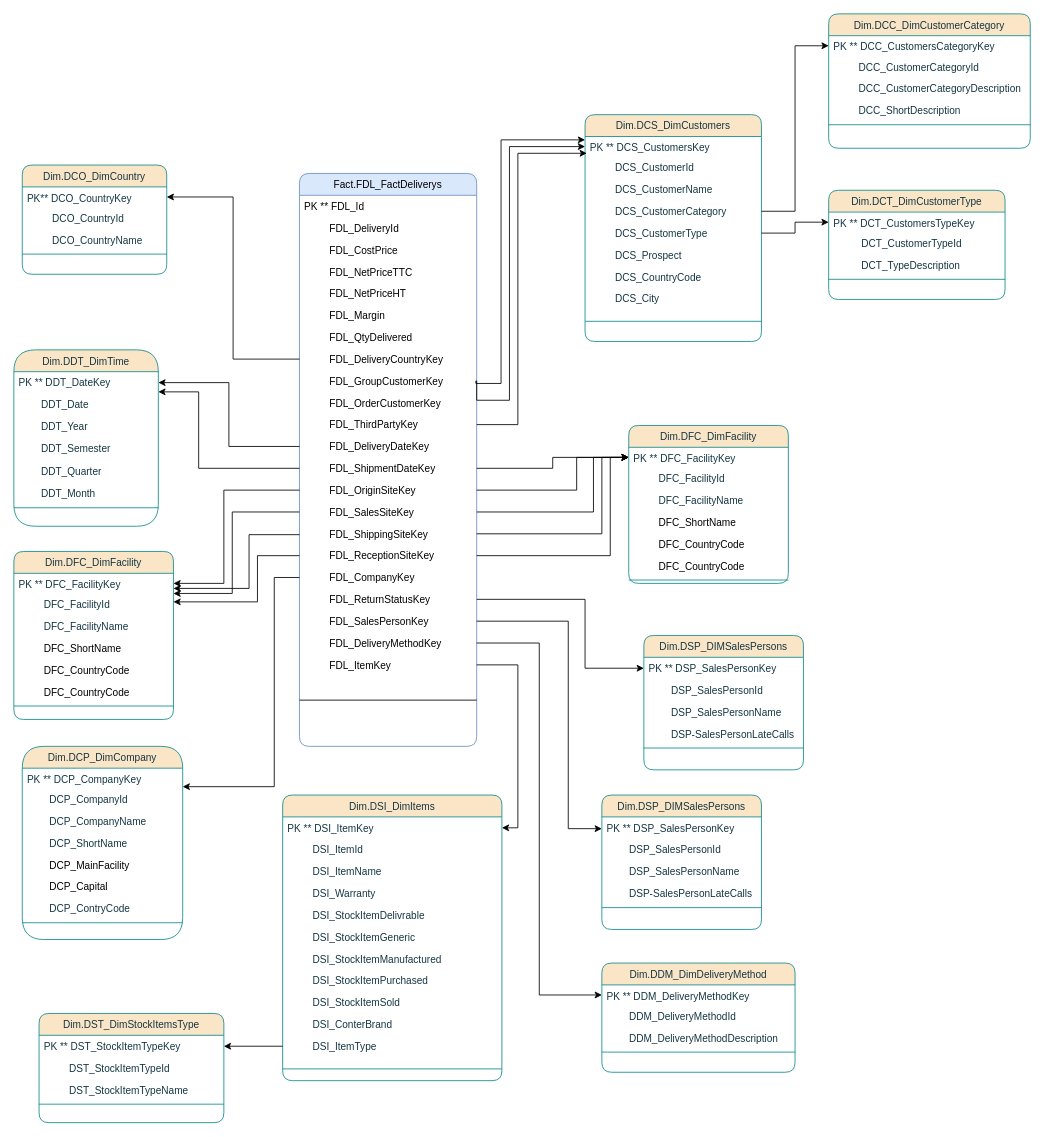
Above: DataMart Delivery.drawio in BorchaniMohamed/BI_PROJECT_PFE (draw.io), before the change. Source tidied: cells renumbered, new cells numbered last; positions are measured from the earlier drawing's top-left corner, leaving out a move shared by most shapes. Both pictures are drawn from the tidied source at 84%, with x=0, y=0 at pixel (13, 13).
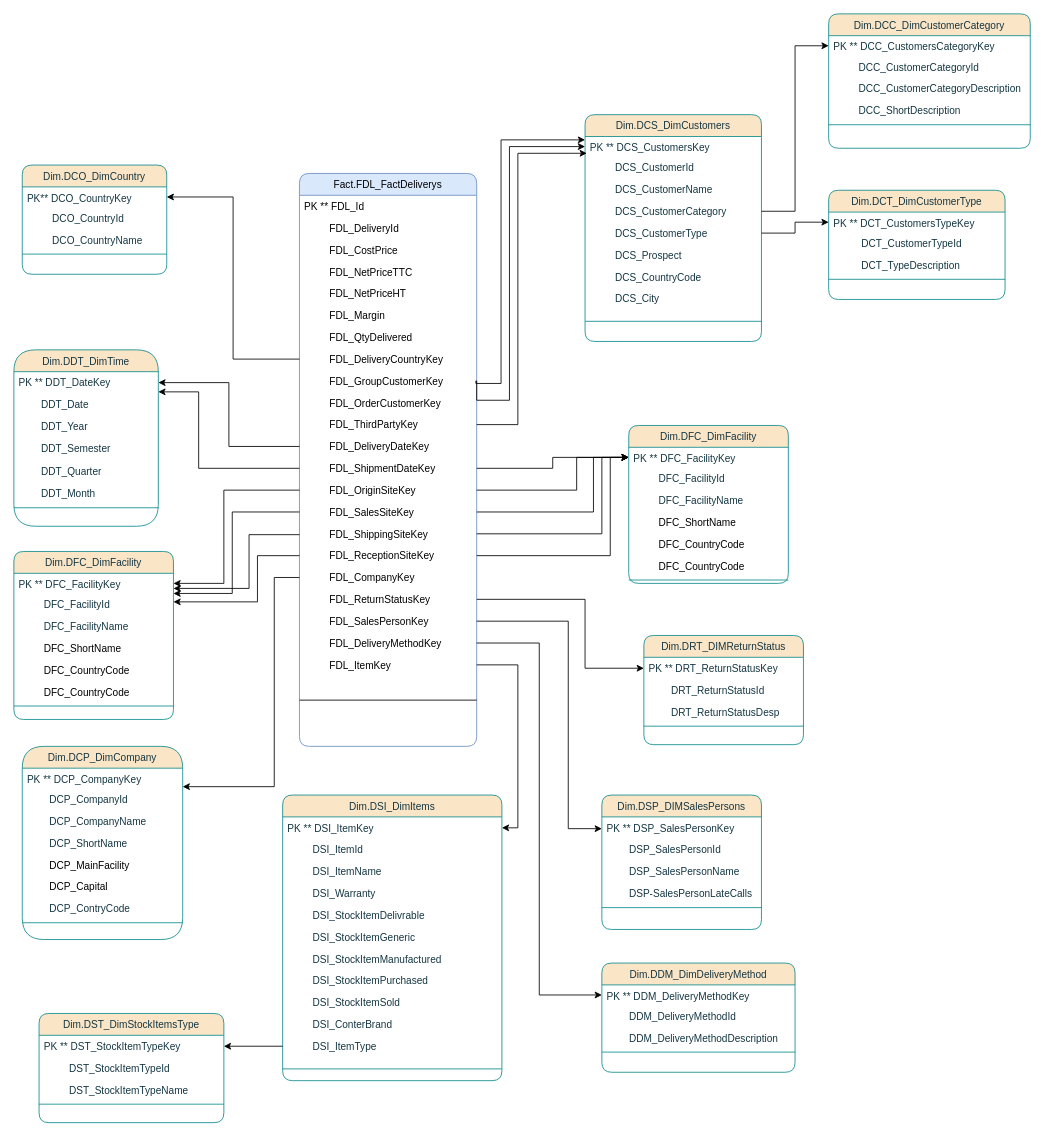
The same diagram, later.

Commit message:
Mettre à jour DataMart Delivery.drawio

The edit, as a diff of the source:
```diff
@@
-    <mxCell id="85" value="Dim.DSP_DIMSalesPersons" style="swimlane;fontStyle=0;align=center;verticalAlign=top;horizontal=1;startSize=26;rounded=1;shadow=0;strokeWidth=1;fillColor=#FAE5C7;strokeColor=#0F8B8D;labelBackgroundColor=none;fontColor=#143642;" parent="1" vertex="1">
-      <mxGeometry x="750" y="740" width="190" height="160" as="geometry" />
+    <mxCell id="85" value="Dim.DRT_DIMReturnStatus" style="swimlane;fontStyle=0;align=center;verticalAlign=top;horizontal=1;startSize=26;rounded=1;shadow=0;strokeWidth=1;fillColor=#FAE5C7;strokeColor=#0F8B8D;labelBackgroundColor=none;fontColor=#143642;" parent="1" vertex="1">
+      <mxGeometry x="750" y="740" width="190" height="130" as="geometry" />
     </mxCell>
-    <mxCell id="86" value="PK ** DSP_SalesPersonKey" style="text;align=left;verticalAlign=top;spacingLeft=4;spacingRight=4;overflow=hidden;points=[[0,0.5],[1,0.5]];portConstraint=eastwest;labelBackgroundColor=none;fontColor=#143642;rounded=1;" parent="85" vertex="1">
+    <mxCell id="86" value="PK ** DRT_ReturnStatusKey" style="text;align=left;verticalAlign=top;spacingLeft=4;spacingRight=4;overflow=hidden;points=[[0,0.5],[1,0.5]];portConstraint=eastwest;labelBackgroundColor=none;fontColor=#143642;rounded=1;" parent="85" vertex="1">
       <mxGeometry y="26" width="190" height="26" as="geometry" />
     </mxCell>
-    <mxCell id="87" value="        DSP_SalesPersonId" style="text;align=left;verticalAlign=top;spacingLeft=4;spacingRight=4;overflow=hidden;labelBackgroundColor=none;fontColor=#143642;rounded=1;" parent="85" vertex="1">
+    <mxCell id="87" value="        DRT_ReturnStatusId" style="text;align=left;verticalAlign=top;spacingLeft=4;spacingRight=4;overflow=hidden;labelBackgroundColor=none;fontColor=#143642;rounded=1;" parent="85" vertex="1">
       <mxGeometry y="52" width="190" height="26" as="geometry" />
     </mxCell>
-    <mxCell id="88" value="        DSP_SalesPersonName" style="text;align=left;verticalAlign=top;spacingLeft=4;spacingRight=4;overflow=hidden;labelBackgroundColor=none;fontColor=#143642;rounded=1;" parent="85" vertex="1">
+    <mxCell id="88" value="        DRT_ReturnStatusDesp" style="text;align=left;verticalAlign=top;spacingLeft=4;spacingRight=4;overflow=hidden;labelBackgroundColor=none;fontColor=#143642;rounded=1;" parent="85" vertex="1">
       <mxGeometry y="78" width="190" height="26" as="geometry" />
     </mxCell>
-    <mxCell id="89" value="        DSP-SalesPersonLateCalls" style="text;align=left;verticalAlign=top;spacingLeft=4;spacingRight=4;overflow=hidden;rounded=1;shadow=0;html=0;labelBackgroundColor=none;fontColor=#143642;" parent="85" vertex="1">
-      <mxGeometry y="104" width="190" height="26" as="geometry" />
-    </mxCell>
     <mxCell id="90" style="line;html=1;strokeWidth=1;align=left;verticalAlign=middle;spacingTop=-1;spacingLeft=3;spacingRight=3;labelPosition=right;labelBackgroundColor=none;fillColor=#FAE5C7;strokeColor=#0F8B8D;fontColor=#143642;rounded=1;" parent="85" vertex="1">
-      <mxGeometry y="130" width="190" height="8" as="geometry" />
+      <mxGeometry y="104" width="190" height="8" as="geometry" />
     </mxCell>
```
